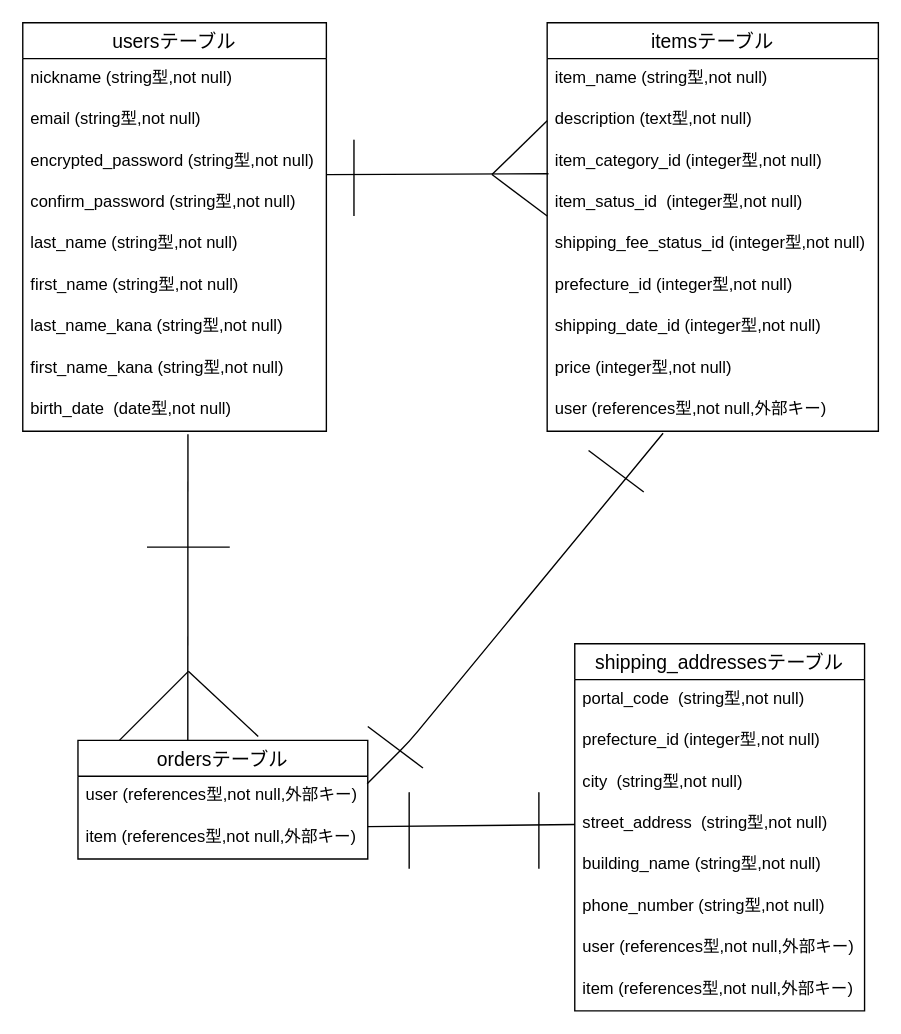
Above: er.dio in SHUcocoai/furima-41374 (draw.io), before the change. Source tidied: cells renumbered, new cells numbered last; positions are measured from the earlier drawing's top-left corner, leaving out a move shared by most shapes. Both pictures are drawn from the tidied source at 138%, with x=0, y=0 at pixel (22, 22).
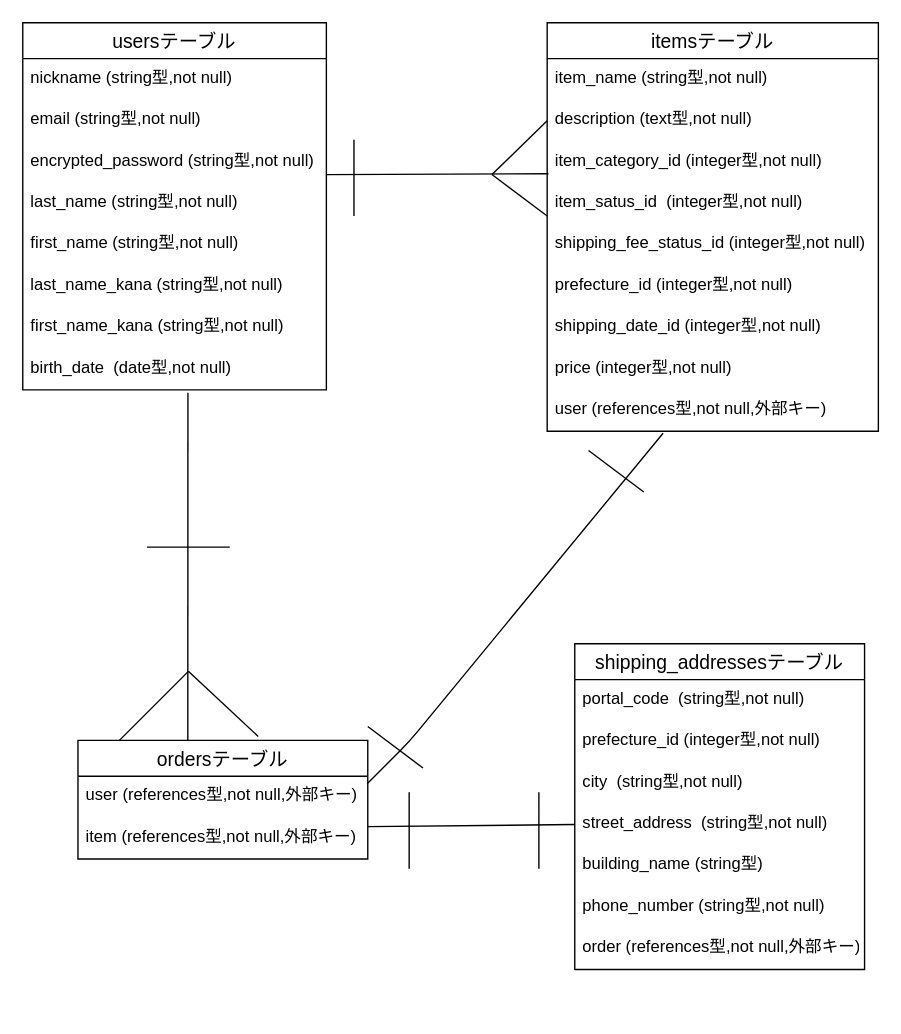
The same page after the edit.

Commit message (it also covers changes not shown here):
ER図とREADMEの再修正

Change to the diagram source:
```diff
@@
     <mxCell id="2" value="usersテーブル" style="swimlane;fontStyle=0;horizontal=1;startSize=26;align=center;fontSize=14;" parent="1" vertex="1">
-      <mxGeometry width="220" height="296" as="geometry" />
+      <mxGeometry width="220" height="266" as="geometry" />
     </mxCell>
@@
-    <mxCell id="6" value="confirm_password (string型,not null)" style="text;strokeColor=none;fillColor=none;spacingLeft=4;spacingRight=4;overflow=hidden;fontSize=12;" parent="2" vertex="1">
-      <mxGeometry y="116" width="220" height="30" as="geometry" />
-    </mxCell>
     <mxCell id="7" value="last_name (string型,not null)" style="text;strokeColor=none;fillColor=none;spacingLeft=4;spacingRight=4;overflow=hidden;fontSize=12;" parent="2" vertex="1">
-      <mxGeometry y="146" width="220" height="30" as="geometry" />
+      <mxGeometry y="116" width="220" height="30" as="geometry" />
     </mxCell>
     <mxCell id="8" value="first_name (string型,not null)" style="text;strokeColor=none;fillColor=none;spacingLeft=4;spacingRight=4;overflow=hidden;fontSize=12;" parent="2" vertex="1">
-      <mxGeometry y="176" width="220" height="30" as="geometry" />
+      <mxGeometry y="146" width="220" height="30" as="geometry" />
     </mxCell>
     <mxCell id="9" value="last_name_kana (string型,not null)" style="text;strokeColor=none;fillColor=none;spacingLeft=4;spacingRight=4;overflow=hidden;fontSize=12;" parent="2" vertex="1">
-      <mxGeometry y="206" width="220" height="30" as="geometry" />
+      <mxGeometry y="176" width="220" height="30" as="geometry" />
     </mxCell>
     <mxCell id="10" value="first_name_kana (string型,not null)" style="text;strokeColor=none;fillColor=none;spacingLeft=4;spacingRight=4;overflow=hidden;fontSize=12;" parent="2" vertex="1">
-      <mxGeometry y="236" width="220" height="30" as="geometry" />
+      <mxGeometry y="206" width="220" height="30" as="geometry" />
     </mxCell>
     <mxCell id="11" value="birth_date  (date型,not null)" style="text;strokeColor=none;fillColor=none;spacingLeft=4;spacingRight=4;overflow=hidden;points=[[0,0.5],[1,0.5]];portConstraint=eastwest;fontSize=12;" parent="2" vertex="1">
-      <mxGeometry y="266" width="220" height="30" as="geometry" />
+      <mxGeometry y="236" width="220" height="30" as="geometry" />
     </mxCell>
@@
     <mxCell id="25" value="shipping_addressesテーブル" style="swimlane;fontStyle=0;horizontal=1;startSize=26;align=center;fontSize=14;" parent="1" vertex="1">
-      <mxGeometry x="400" y="450" width="210" height="266" as="geometry" />
+      <mxGeometry x="400" y="450" width="210" height="236" as="geometry" />
     </mxCell>
@@
-    <mxCell id="30" value="building_name (string型,not null)" style="text;strokeColor=none;fillColor=none;spacingLeft=4;spacingRight=4;overflow=hidden;fontSize=12;" parent="25" vertex="1">
+    <mxCell id="30" value="building_name (string型)" style="text;strokeColor=none;fillColor=none;spacingLeft=4;spacingRight=4;overflow=hidden;fontSize=12;" parent="25" vertex="1">
       <mxGeometry y="146" width="210" height="30" as="geometry" />
     </mxCell>
@@
-    <mxCell id="32" value="user (references型,not null,外部キー)" style="text;strokeColor=none;fillColor=none;spacingLeft=4;spacingRight=4;overflow=hidden;fontSize=12;" parent="25" vertex="1">
+    <mxCell id="32" value="order (references型,not null,外部キー)" style="text;strokeColor=none;fillColor=none;spacingLeft=4;spacingRight=4;overflow=hidden;fontSize=12;" parent="25" vertex="1">
       <mxGeometry y="206" width="210" height="30" as="geometry" />
     </mxCell>
-    <mxCell id="33" value="item (references型,not null,外部キー)" style="text;strokeColor=none;fillColor=none;spacingLeft=4;spacingRight=4;overflow=hidden;fontSize=12;" parent="25" vertex="1">
-      <mxGeometry y="236" width="210" height="30" as="geometry" />
-    </mxCell>
```
